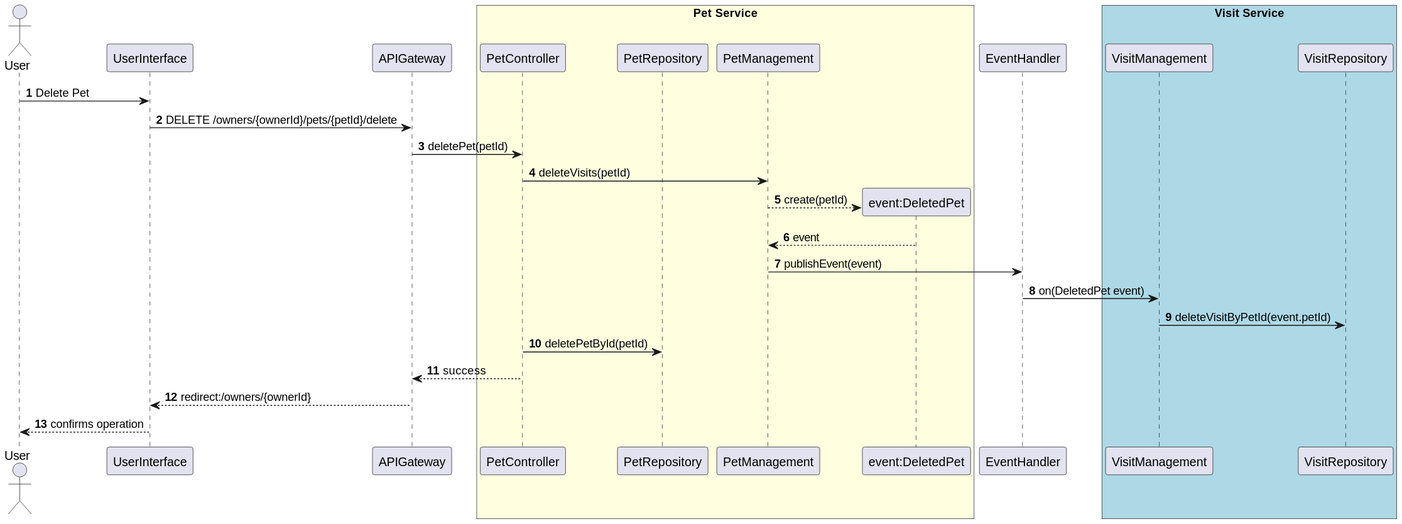
Before: docs/svg/deletePet_SD_Microservices.svg, a diagram exported from PlantUML (NunoMarmeleiro/spring-petclinic). Source of this version:
```plantuml
@startuml

autonumber

actor User
participant UserInterface
participant APIGateway

box "Pet Service" #lightyellow
    participant PetController
    participant PetRepository
    participant PetManagement
    participant "event:DeletedPet"
end box

participant EventHandler

box "Visit Service" #lightblue
    participant VisitManagement
    participant VisitRepository
end box

User -> UserInterface: Delete Pet
UserInterface -> APIGateway : DELETE /owners/{ownerId}/pets/{petId}/delete
APIGateway -> PetController: deletePet(petId)

PetController -> PetManagement: deleteVisits(petId)
PetManagement --> "event:DeletedPet" **: create(petId)
"event:DeletedPet" --> PetManagement: event
PetManagement -> EventHandler: publishEvent(event)

EventHandler -> VisitManagement: on(DeletedPet event)
VisitManagement -> VisitRepository: deleteVisitByPetId(event.petId)

PetController -> PetRepository: deletePetById(petId)
PetController --> APIGateway: success
APIGateway --> UserInterface: redirect:/owners/{ownerId}
UserInterface --> User: confirms operation
@enduml
```
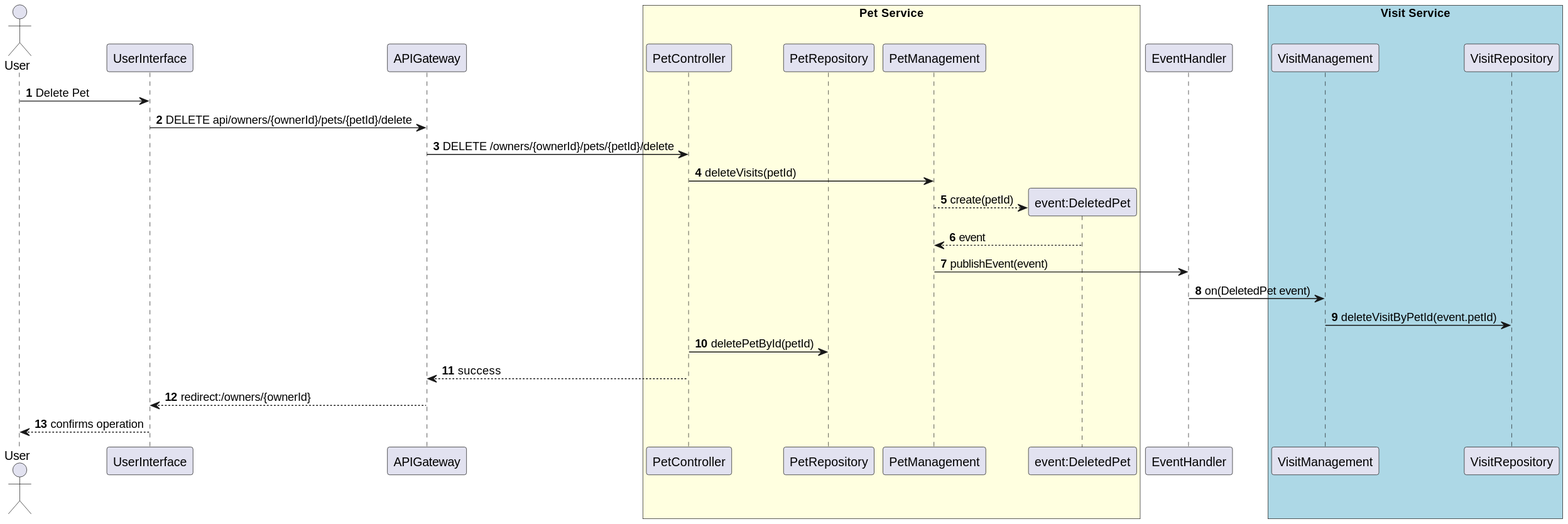
The same file after the commit.

Change to the diagram source:
```diff
@@ -21,8 +21,8 @@
 end box
 
 User -> UserInterface: Delete Pet
-UserInterface -> APIGateway : DELETE /owners/{ownerId}/pets/{petId}/delete
-APIGateway -> PetController: deletePet(petId)
+UserInterface -> APIGateway : DELETE api/owners/{ownerId}/pets/{petId}/delete
+APIGateway -> PetController: DELETE /owners/{ownerId}/pets/{petId}/delete
 
 PetController -> PetManagement: deleteVisits(petId)
 PetManagement --> "event:DeletedPet" **: create(petId)
```
